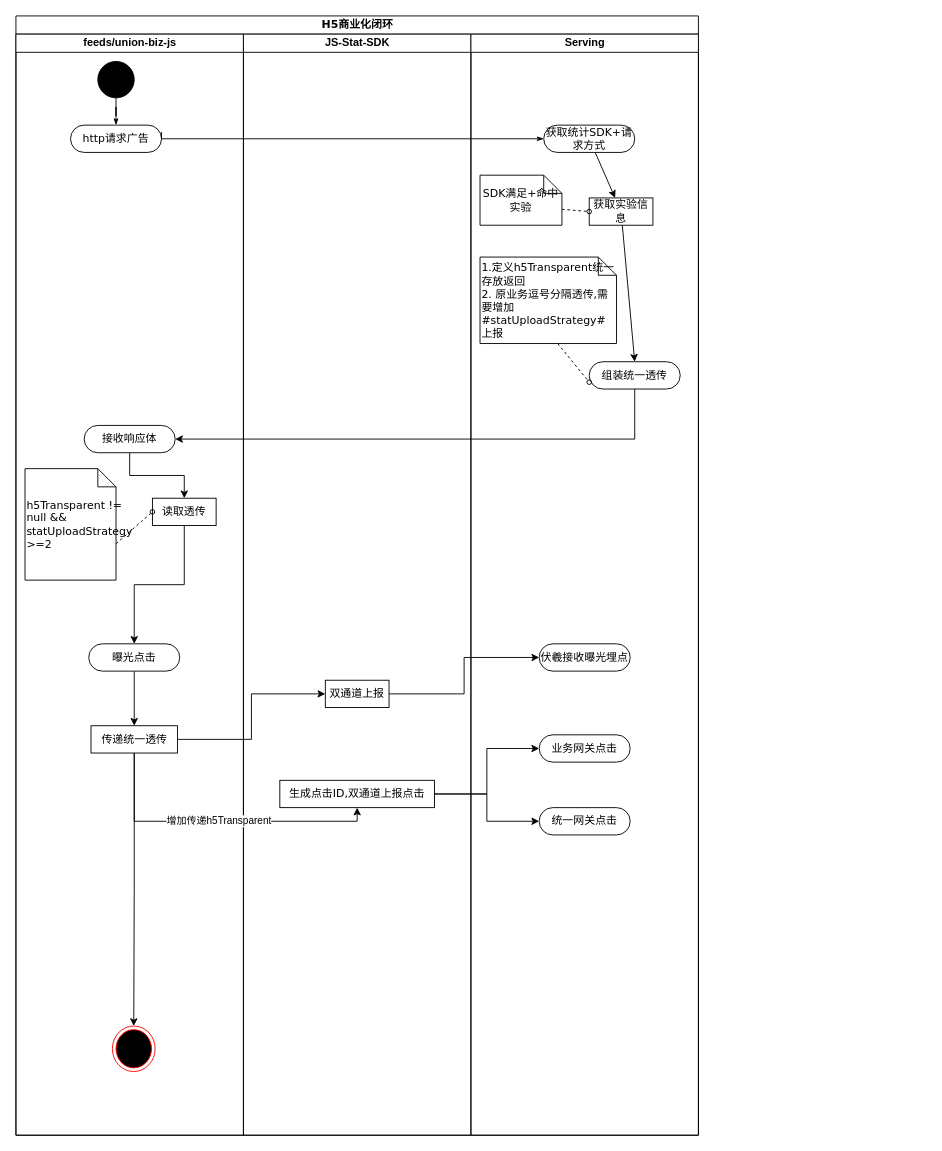
Above: universal-engine/Data-Line详细设计.drawio in karlchan-cn/drawio-repository (draw.io), before the change. Source tidied: cells renumbered, new cells numbered last; positions are measured from the earlier drawing's top-left corner, leaving out a move shared by most shapes. Both pictures are drawn from the tidied source at 91%, with x=0, y=0 at pixel (15, 15).
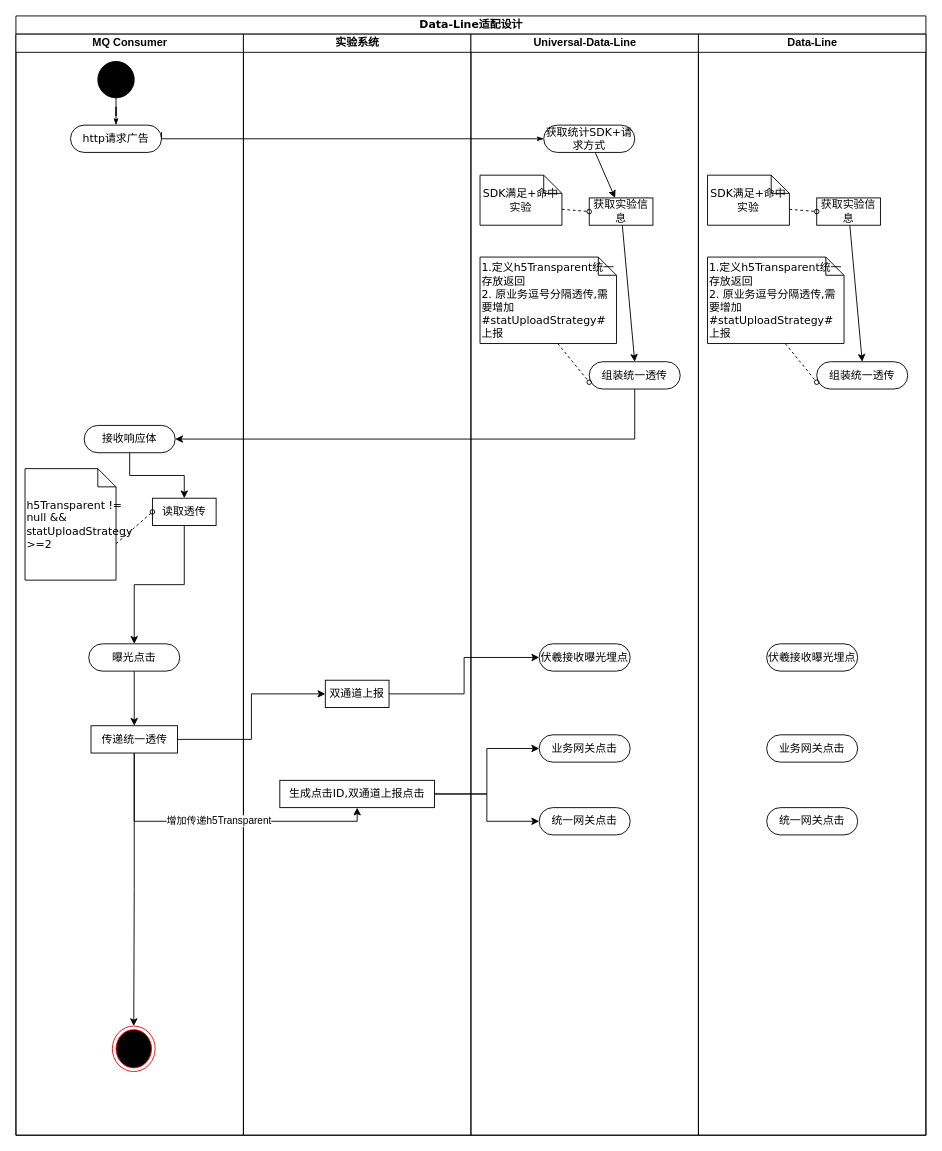
Above is the later version.

What changed in the source:
```diff
@@
-    <mxCell id="2" value="H5商业化闭环" style="swimlane;html=1;startSize=20;rounded=0;shadow=0;comic=0;labelBackgroundColor=none;strokeWidth=1;fontFamily=Verdana;fontSize=12;align=center;" parent="1" vertex="1">
-      <mxGeometry width="750" height="1230" as="geometry" />
+    <mxCell id="2" value="Data-Line适配设计" style="swimlane;html=1;startSize=20;rounded=0;shadow=0;comic=0;labelBackgroundColor=none;strokeWidth=1;fontFamily=Verdana;fontSize=12;align=center;" parent="1" vertex="1">
+      <mxGeometry width="1000" height="1230" as="geometry" />
     </mxCell>
-    <mxCell id="3" value="feeds/union-biz-js" style="swimlane;html=1;startSize=20;" parent="2" vertex="1">
+    <mxCell id="3" value="MQ Consumer" style="swimlane;html=1;startSize=20;" parent="2" vertex="1">
       <mxGeometry y="20" width="250" height="1210" as="geometry" />
     </mxCell>
@@
-    <mxCell id="18" value="JS-Stat-SDK" style="swimlane;html=1;startSize=20;" parent="2" vertex="1">
+    <mxCell id="18" value="实验系统" style="swimlane;html=1;startSize=20;" parent="2" vertex="1">
       <mxGeometry x="250" y="20" width="250" height="1210" as="geometry" />
     </mxCell>
@@
-    <mxCell id="21" value="Serving" style="swimlane;html=1;startSize=20;" parent="2" vertex="1">
+    <mxCell id="21" value="Universal-Data-Line" style="swimlane;html=1;startSize=20;" parent="2" vertex="1">
       <mxGeometry x="500" y="20" width="250" height="1210" as="geometry" />
     </mxCell>
@@
+    <mxCell id="41" value="Data-Line" style="swimlane;html=1;startSize=20;" parent="1" vertex="1">
+      <mxGeometry x="750" y="20" width="250" height="1210" as="geometry" />
+    </mxCell>
+    <mxCell id="42" style="edgeStyle=none;rounded=0;jettySize=auto;html=1;entryX=0.5;entryY=0;entryDx=0;entryDy=0;" parent="41" edge="1" source="43" target="46">
+      <mxGeometry relative="1" as="geometry" />
+    </mxCell>
+    <mxCell id="43" value="获取实验信息" style="rounded=0;whiteSpace=wrap;html=1;shadow=0;comic=0;labelBackgroundColor=none;strokeWidth=1;fontFamily=Verdana;fontSize=12;align=center;arcSize=50;" parent="41" vertex="1">
+      <mxGeometry x="130" y="180" width="70" height="30" as="geometry" />
+    </mxCell>
+    <mxCell id="44" value="SDK满足+命中实验" style="shape=note;whiteSpace=wrap;html=1;rounded=0;shadow=0;comic=0;labelBackgroundColor=none;strokeWidth=1;fontFamily=Verdana;fontSize=12;align=center;size=20;" parent="41" vertex="1">
+      <mxGeometry x="10" y="155" width="90" height="55" as="geometry" />
+    </mxCell>
+    <mxCell id="45" style="edgeStyle=none;rounded=0;html=1;dashed=1;labelBackgroundColor=none;startArrow=none;startFill=0;startSize=5;endArrow=oval;endFill=0;endSize=5;jettySize=auto;strokeWidth=1;fontFamily=Verdana;fontSize=12;entryX=0;entryY=0.5;entryDx=0;entryDy=0;exitX=0;exitY=0;exitDx=90;exitDy=37.5;exitPerimeter=0;" parent="41" edge="1" source="44" target="43">
+      <mxGeometry relative="1" as="geometry" />
+    </mxCell>
+    <mxCell id="46" value="组装统一透传" style="rounded=1;whiteSpace=wrap;html=1;shadow=0;comic=0;labelBackgroundColor=none;strokeWidth=1;fontFamily=Verdana;fontSize=12;align=center;arcSize=50;" parent="41" vertex="1">
+      <mxGeometry x="130" y="360" width="100" height="30" as="geometry" />
+    </mxCell>
+    <mxCell id="47" value="1.定义h5Transparent统一存放返回&lt;br&gt;2. 原业务逗号分隔透传,需要增加#statUploadStrategy#上报" style="shape=note;whiteSpace=wrap;html=1;rounded=0;shadow=0;comic=0;labelBackgroundColor=none;strokeWidth=1;fontFamily=Verdana;fontSize=12;align=left;size=20;" parent="41" vertex="1">
+      <mxGeometry x="10" y="245" width="150" height="95" as="geometry" />
+    </mxCell>
+    <mxCell id="48" style="edgeStyle=none;rounded=0;html=1;dashed=1;labelBackgroundColor=none;startArrow=none;startFill=0;startSize=5;endArrow=oval;endFill=0;endSize=5;jettySize=auto;strokeWidth=1;fontFamily=Verdana;fontSize=12;entryX=0;entryY=0.75;entryDx=0;entryDy=0;exitX=0.569;exitY=1;exitDx=0;exitDy=0;exitPerimeter=0;" parent="41" edge="1" source="47" target="46">
+      <mxGeometry relative="1" as="geometry" />
+    </mxCell>
+    <mxCell id="49" value="伏羲接收曝光埋点" style="rounded=1;whiteSpace=wrap;html=1;shadow=0;comic=0;labelBackgroundColor=none;strokeWidth=1;fontFamily=Verdana;fontSize=12;align=center;arcSize=50;" parent="41" vertex="1">
+      <mxGeometry x="75" y="670" width="100" height="30" as="geometry" />
+    </mxCell>
+    <mxCell id="50" value="统一网关点击" style="rounded=1;whiteSpace=wrap;html=1;shadow=0;comic=0;labelBackgroundColor=none;strokeWidth=1;fontFamily=Verdana;fontSize=12;align=center;arcSize=50;" parent="41" vertex="1">
+      <mxGeometry x="75" y="850" width="100" height="30" as="geometry" />
+    </mxCell>
+    <mxCell id="51" value="业务网关点击" style="rounded=1;whiteSpace=wrap;html=1;shadow=0;comic=0;labelBackgroundColor=none;strokeWidth=1;fontFamily=Verdana;fontSize=12;align=center;arcSize=50;" parent="41" vertex="1">
+      <mxGeometry x="75" y="770" width="100" height="30" as="geometry" />
+    </mxCell>
```
